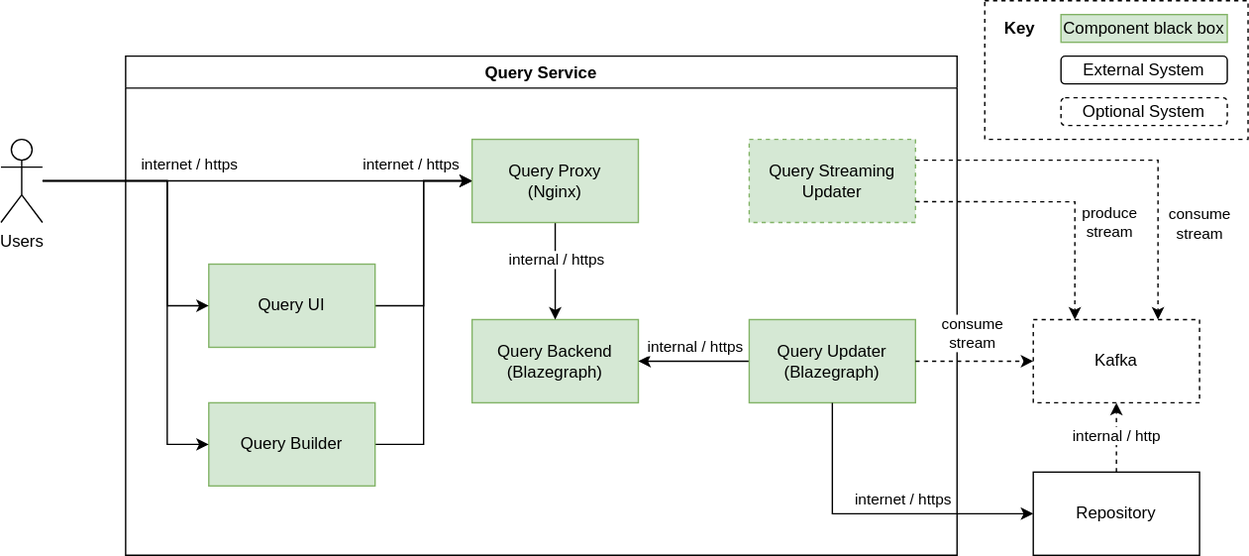
Before: systems/Query/diagrams/03-technical-context.drawio.svg, a diagram exported from draw.io (wmde/wikidata-wikibase-architecture). Source tidied: cells renumbered, new cells last; positions are measured from the earlier drawing's top-left corner, leaving out a move shared by most shapes.
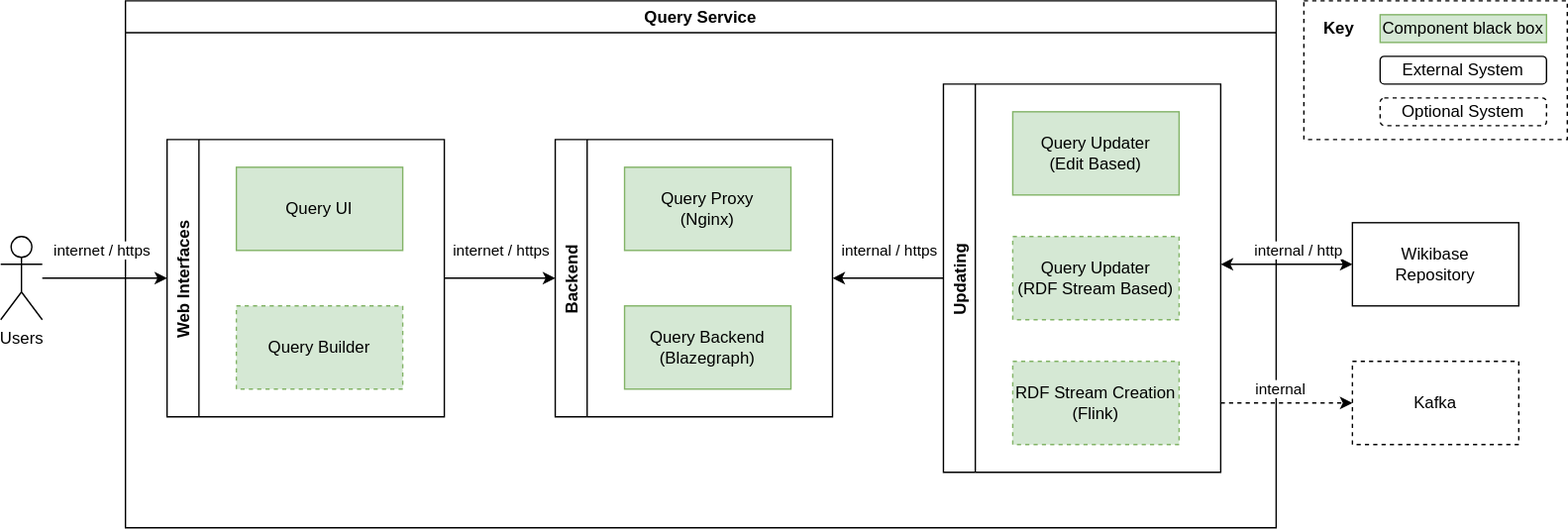
The same diagram one commit later.

Diff of the diagram source:
```diff
@@ -15,126 +15,96 @@
       <mxGeometry x="765" y="40" width="120" height="20" as="geometry" />
     </mxCell>
     <mxCell id="6" value="Query Service" style="swimlane;" parent="1" vertex="1">
-      <mxGeometry x="90" y="40" width="600" height="360" as="geometry" />
+      <mxGeometry x="-140" width="830" height="380" as="geometry" />
     </mxCell>
-    <mxCell id="7" value="Query Backend&lt;br&gt;(Blazegraph)" style="rounded=0;whiteSpace=wrap;html=1;fillColor=#d5e8d4;strokeColor=#82b366;" parent="6" vertex="1">
-      <mxGeometry x="250" y="190" width="120" height="60" as="geometry" />
-    </mxCell>
-    <mxCell id="8" style="edgeStyle=orthogonalEdgeStyle;rounded=0;jettySize=auto;html=1;entryX=0;entryY=0.5;entryDx=0;entryDy=0;" parent="6" edge="1" source="9" target="14">
-      <mxGeometry relative="1" as="geometry" />
-    </mxCell>
+    <mxCell id="14" value="Query Proxy&lt;br&gt;(Nginx)" style="rounded=0;whiteSpace=wrap;html=1;fillColor=#d5e8d4;strokeColor=#82b366;" parent="6" vertex="1">
+      <mxGeometry x="360" y="120" width="120" height="60" as="geometry" />
+    </mxCell>
+    <mxCell id="38" value="Web Interfaces" style="swimlane;horizontal=0;" parent="6" vertex="1">
+      <mxGeometry x="30" y="100" width="200" height="200" as="geometry" />
+    </mxCell>
-    <mxCell id="9" value="Query UI" style="rounded=0;whiteSpace=wrap;html=1;fillColor=#d5e8d4;strokeColor=#82b366;" parent="6" vertex="1">
-      <mxGeometry x="60" y="150" width="120" height="60" as="geometry" />
+    <mxCell id="9" value="Query UI" style="rounded=0;whiteSpace=wrap;html=1;fillColor=#d5e8d4;strokeColor=#82b366;" parent="38" vertex="1">
+      <mxGeometry x="50" y="20" width="120" height="60" as="geometry" />
     </mxCell>
-    <mxCell id="10" style="edgeStyle=orthogonalEdgeStyle;rounded=0;jettySize=auto;html=1;entryX=0;entryY=0.5;entryDx=0;entryDy=0;" parent="6" edge="1" source="11" target="14">
-      <mxGeometry relative="1" as="geometry" />
-    </mxCell>
-    <mxCell id="11" value="Query Builder" style="rounded=0;whiteSpace=wrap;html=1;fillColor=#d5e8d4;strokeColor=#82b366;" parent="6" vertex="1">
-      <mxGeometry x="60" y="250" width="120" height="60" as="geometry" />
+    <mxCell id="11" value="Query Builder" style="rounded=0;whiteSpace=wrap;html=1;fillColor=#d5e8d4;strokeColor=#82b366;dashed=1;" parent="38" vertex="1">
+      <mxGeometry x="50" y="120" width="120" height="60" as="geometry" />
     </mxCell>
-    <mxCell id="12" style="edgeStyle=orthogonalEdgeStyle;rounded=0;jettySize=auto;html=1;entryX=0.5;entryY=0;entryDx=0;entryDy=0;" parent="6" edge="1" source="14" target="7">
-      <mxGeometry relative="1" as="geometry" />
-    </mxCell>
-    <mxCell id="13" value="internal / https" style="edgeLabel;html=1;align=center;verticalAlign=middle;" parent="12" vertex="1">
-      <mxGeometry x="-0.25" y="1" relative="1" as="geometry" />
-    </mxCell>
-    <mxCell id="14" value="Query Proxy&lt;br&gt;(Nginx)" style="rounded=0;whiteSpace=wrap;html=1;fillColor=#d5e8d4;strokeColor=#82b366;" parent="6" vertex="1">
-      <mxGeometry x="250" y="60" width="120" height="60" as="geometry" />
-    </mxCell>
-    <mxCell id="15" style="edgeStyle=orthogonalEdgeStyle;rounded=0;jettySize=auto;html=1;entryX=1;entryY=0.5;entryDx=0;entryDy=0;" parent="6" edge="1" source="17" target="7">
-      <mxGeometry relative="1" as="geometry" />
-    </mxCell>
-    <mxCell id="16" value="internal / https" style="edgeLabel;html=1;align=center;verticalAlign=middle;" parent="15" vertex="1">
-      <mxGeometry x="0.19" relative="1" as="geometry">
-        <mxPoint x="8" y="-10" as="offset" />
-      </mxGeometry>
-    </mxCell>
+    <mxCell id="39" value="Updating" style="swimlane;horizontal=0;" parent="6" vertex="1">
+      <mxGeometry x="590" y="60" width="200" height="280" as="geometry" />
+    </mxCell>
+    <mxCell id="40" value="Query Updater&lt;br&gt;(RDF Stream Based)" style="rounded=0;whiteSpace=wrap;html=1;fillColor=#d5e8d4;strokeColor=#82b366;dashed=1;" parent="39" vertex="1">
+      <mxGeometry x="50" y="110" width="120" height="60" as="geometry" />
+    </mxCell>
-    <mxCell id="17" value="Query Updater&lt;br&gt;(Blazegraph)" style="rounded=0;whiteSpace=wrap;html=1;fillColor=#d5e8d4;strokeColor=#82b366;" parent="6" vertex="1">
-      <mxGeometry x="450" y="190" width="120" height="60" as="geometry" />
+    <mxCell id="17" value="Query Updater&lt;br&gt;(Edit Based)" style="rounded=0;whiteSpace=wrap;html=1;fillColor=#d5e8d4;strokeColor=#82b366;" parent="39" vertex="1">
+      <mxGeometry x="50" y="20" width="120" height="60" as="geometry" />
     </mxCell>
-    <mxCell id="18" value="internet / https" style="edgeLabel;html=1;align=center;verticalAlign=middle;" parent="6" vertex="1">
-      <mxGeometry x="50" y="80" as="geometry">
-        <mxPoint x="-4" y="-2" as="offset" />
-      </mxGeometry>
-    </mxCell>
-    <mxCell id="19" value="internet / https" style="edgeLabel;html=1;align=center;verticalAlign=middle;" parent="6" vertex="1">
-      <mxGeometry x="210" y="80" as="geometry">
-        <mxPoint x="-4" y="-2" as="offset" />
-      </mxGeometry>
-    </mxCell>
-    <mxCell id="20" value="Query Streaming Updater" style="rounded=0;whiteSpace=wrap;html=1;fillColor=#d5e8d4;strokeColor=#82b366;dashed=1;" parent="6" vertex="1">
-      <mxGeometry x="450" y="60" width="120" height="60" as="geometry" />
+    <mxCell id="20" value="RDF Stream Creation (Flink)" style="rounded=0;whiteSpace=wrap;html=1;fillColor=#d5e8d4;strokeColor=#82b366;dashed=1;" parent="39" vertex="1">
+      <mxGeometry x="50" y="200" width="120" height="60" as="geometry" />
     </mxCell>
-    <mxCell id="21" style="edgeStyle=orthogonalEdgeStyle;rounded=0;jettySize=auto;html=1;entryX=0.5;entryY=1;entryDx=0;entryDy=0;dashed=1;" parent="1" edge="1" source="23" target="30">
-      <mxGeometry relative="1" as="geometry" />
+    <mxCell id="21" style="edgeStyle=orthogonalEdgeStyle;rounded=0;jettySize=auto;html=1;startArrow=classic;startFill=1;" parent="1" edge="1" source="23">
+      <mxGeometry relative="1" as="geometry">
+        <mxPoint x="650" y="190" as="targetPoint" />
+      </mxGeometry>
     </mxCell>
     <mxCell id="22" value="internal / http" style="edgeLabel;html=1;align=center;verticalAlign=middle;" parent="21" vertex="1">
       <mxGeometry x="-0.24" y="1" relative="1" as="geometry">
-        <mxPoint x="1" y="-7" as="offset" />
+        <mxPoint x="-4" y="-11" as="offset" />
       </mxGeometry>
     </mxCell>
-    <mxCell id="23" value="Repository" style="rounded=0;whiteSpace=wrap;html=1;" parent="1" vertex="1">
-      <mxGeometry x="745" y="340" width="120" height="60" as="geometry" />
+    <mxCell id="23" value="Wikibase&lt;br&gt;Repository" style="rounded=0;whiteSpace=wrap;html=1;" parent="1" vertex="1">
+      <mxGeometry x="745" y="160" width="120" height="60" as="geometry" />
     </mxCell>
-    <mxCell id="24" style="edgeStyle=orthogonalEdgeStyle;rounded=0;jettySize=auto;html=1;exitX=0.5;exitY=1;exitDx=0;exitDy=0;entryX=0;entryY=0.5;entryDx=0;entryDy=0;" parent="1" edge="1" source="17" target="23">
-      <mxGeometry relative="1" as="geometry" />
-    </mxCell>
-    <mxCell id="25" value="internet / https" style="edgeLabel;html=1;align=center;verticalAlign=middle;" parent="24" vertex="1">
-      <mxGeometry x="-0.26" relative="1" as="geometry">
-        <mxPoint x="47" y="-10" as="offset" />
-      </mxGeometry>
-    </mxCell>
-    <mxCell id="26" style="edgeStyle=orthogonalEdgeStyle;rounded=0;jettySize=auto;html=1;entryX=0;entryY=0.5;entryDx=0;entryDy=0;" parent="1" edge="1" source="29" target="9">
-      <mxGeometry relative="1" as="geometry">
-        <Array as="points">
-          <mxPoint x="120" y="130" />
-          <mxPoint x="120" y="220" />
-        </Array>
-      </mxGeometry>
-    </mxCell>
-    <mxCell id="27" style="edgeStyle=orthogonalEdgeStyle;rounded=0;jettySize=auto;html=1;entryX=0;entryY=0.5;entryDx=0;entryDy=0;" parent="1" edge="1" source="29" target="11">
-      <mxGeometry relative="1" as="geometry">
-        <Array as="points">
-          <mxPoint x="120" y="130" />
-          <mxPoint x="120" y="320" />
-        </Array>
-      </mxGeometry>
-    </mxCell>
-    <mxCell id="28" style="edgeStyle=orthogonalEdgeStyle;rounded=0;jettySize=auto;html=1;entryX=0;entryY=0.5;entryDx=0;entryDy=0;" parent="1" edge="1" source="29" target="14">
+    <mxCell id="28" style="edgeStyle=orthogonalEdgeStyle;rounded=0;jettySize=auto;html=1;entryX=0;entryY=0.5;entryDx=0;entryDy=0;" parent="1" edge="1" source="29" target="38">
       <mxGeometry relative="1" as="geometry" />
     </mxCell>
     <mxCell id="29" value="Users" style="shape=umlActor;verticalLabelPosition=bottom;verticalAlign=top;html=1;outlineConnect=0;" parent="1" vertex="1">
-      <mxGeometry y="100" width="30" height="60" as="geometry" />
+      <mxGeometry x="-230" y="170" width="30" height="60" as="geometry" />
     </mxCell>
+    <mxCell id="37" value="Optional System" style="rounded=1;whiteSpace=wrap;html=1;align=center;dashed=1;" parent="1" vertex="1">
+      <mxGeometry x="765" y="70" width="120" height="20" as="geometry" />
+    </mxCell>
+    <mxCell id="18" value="internet / https" style="edgeLabel;html=1;align=center;verticalAlign=middle;" parent="1" vertex="1">
+      <mxGeometry x="-150" y="150" as="geometry">
+        <mxPoint x="-7" y="30" as="offset" />
+      </mxGeometry>
+    </mxCell>
+    <mxCell id="41" value="Backend" style="swimlane;horizontal=0;" parent="1" vertex="1">
+      <mxGeometry x="170" y="100" width="200" height="200" as="geometry" />
+    </mxCell>
+    <mxCell id="7" value="Query Backend&lt;br&gt;(Blazegraph)" style="rounded=0;whiteSpace=wrap;html=1;fillColor=#d5e8d4;strokeColor=#82b366;" parent="41" vertex="1">
+      <mxGeometry x="50" y="120" width="120" height="60" as="geometry" />
+    </mxCell>
+    <mxCell id="42" style="edgeStyle=orthogonalEdgeStyle;rounded=0;jettySize=auto;html=1;entryX=1;entryY=0.5;entryDx=0;entryDy=0;" parent="1" edge="1" source="39" target="41">
+      <mxGeometry relative="1" as="geometry" />
+    </mxCell>
+    <mxCell id="43" value="internal / https" style="edgeLabel;html=1;align=center;verticalAlign=middle;" parent="42" vertex="1">
+      <mxGeometry x="0.31" y="-1" relative="1" as="geometry">
+        <mxPoint x="13" y="-19" as="offset" />
+      </mxGeometry>
+    </mxCell>
+    <mxCell id="44" style="edgeStyle=orthogonalEdgeStyle;rounded=0;jettySize=auto;html=1;entryX=0;entryY=0.5;entryDx=0;entryDy=0;" parent="1" edge="1" source="38" target="41">
+      <mxGeometry relative="1" as="geometry" />
+    </mxCell>
+    <mxCell id="45" value="internet / https" style="edgeLabel;html=1;align=center;verticalAlign=middle;" parent="44" vertex="1">
+      <mxGeometry x="-0.27" y="1" relative="1" as="geometry">
+        <mxPoint x="11" y="-19" as="offset" />
+      </mxGeometry>
+    </mxCell>
     <mxCell id="30" value="Kafka" style="rounded=0;whiteSpace=wrap;html=1;dashed=1;" parent="1" vertex="1">
-      <mxGeometry x="745" y="230" width="120" height="60" as="geometry" />
+      <mxGeometry x="745" y="260" width="120" height="60" as="geometry" />
     </mxCell>
-    <mxCell id="31" style="edgeStyle=orthogonalEdgeStyle;rounded=0;jettySize=auto;html=1;entryX=0;entryY=0.5;entryDx=0;entryDy=0;dashed=1;" parent="1" edge="1" source="17" target="30">
-      <mxGeometry relative="1" as="geometry" />
-    </mxCell>
-    <mxCell id="32" value="consume&lt;br&gt;stream" style="edgeLabel;html=1;align=center;verticalAlign=middle;" parent="31" vertex="1">
-      <mxGeometry x="0.23" y="-1" relative="1" as="geometry">
-        <mxPoint x="-12" y="-21" as="offset" />
-      </mxGeometry>
-    </mxCell>
-    <mxCell id="33" style="edgeStyle=orthogonalEdgeStyle;rounded=0;jettySize=auto;html=1;exitX=1;exitY=0.25;exitDx=0;exitDy=0;entryX=0.75;entryY=0;entryDx=0;entryDy=0;dashed=1;" parent="1" edge="1" source="20" target="30">
-      <mxGeometry relative="1" as="geometry" />
-    </mxCell>
-    <mxCell id="34" value="consume&lt;br&gt;stream" style="edgeLabel;html=1;align=center;verticalAlign=middle;" parent="33" vertex="1">
-      <mxGeometry x="0.31" relative="1" as="geometry">
-        <mxPoint x="30" y="30" as="offset" />
-      </mxGeometry>
-    </mxCell>
-    <mxCell id="35" style="edgeStyle=orthogonalEdgeStyle;rounded=0;jettySize=auto;html=1;exitX=1;exitY=0.75;exitDx=0;exitDy=0;entryX=0.25;entryY=0;entryDx=0;entryDy=0;dashed=1;" parent="1" edge="1" source="20" target="30">
-      <mxGeometry relative="1" as="geometry" />
-    </mxCell>
-    <mxCell id="36" value="produce&lt;br&gt;stream" style="edgeLabel;html=1;align=center;verticalAlign=middle;" parent="35" vertex="1">
-      <mxGeometry x="0.29" y="1" relative="1" as="geometry">
-        <mxPoint x="24" y="1" as="offset" />
-      </mxGeometry>
-    </mxCell>
-    <mxCell id="37" value="Optional System" style="rounded=1;whiteSpace=wrap;html=1;align=center;dashed=1;" parent="1" vertex="1">
-      <mxGeometry x="765" y="70" width="120" height="20" as="geometry" />
-    </mxCell>
+    <mxCell id="46" style="edgeStyle=orthogonalEdgeStyle;rounded=0;jettySize=auto;html=1;entryX=0;entryY=0.5;entryDx=0;entryDy=0;dashed=1;" parent="1" edge="1" source="39" target="30">
+      <mxGeometry relative="1" as="geometry">
+        <Array as="points">
+          <mxPoint x="720" y="290" />
+          <mxPoint x="720" y="290" />
+        </Array>
+      </mxGeometry>
+    </mxCell>
+    <mxCell id="47" value="internal" style="edgeLabel;html=1;align=center;verticalAlign=middle;" parent="46" vertex="1">
+      <mxGeometry x="-0.28" y="-2" relative="1" as="geometry">
+        <mxPoint x="8" y="-12" as="offset" />
+      </mxGeometry>
+    </mxCell>
   </root>
 </mxGraphModel>
```
